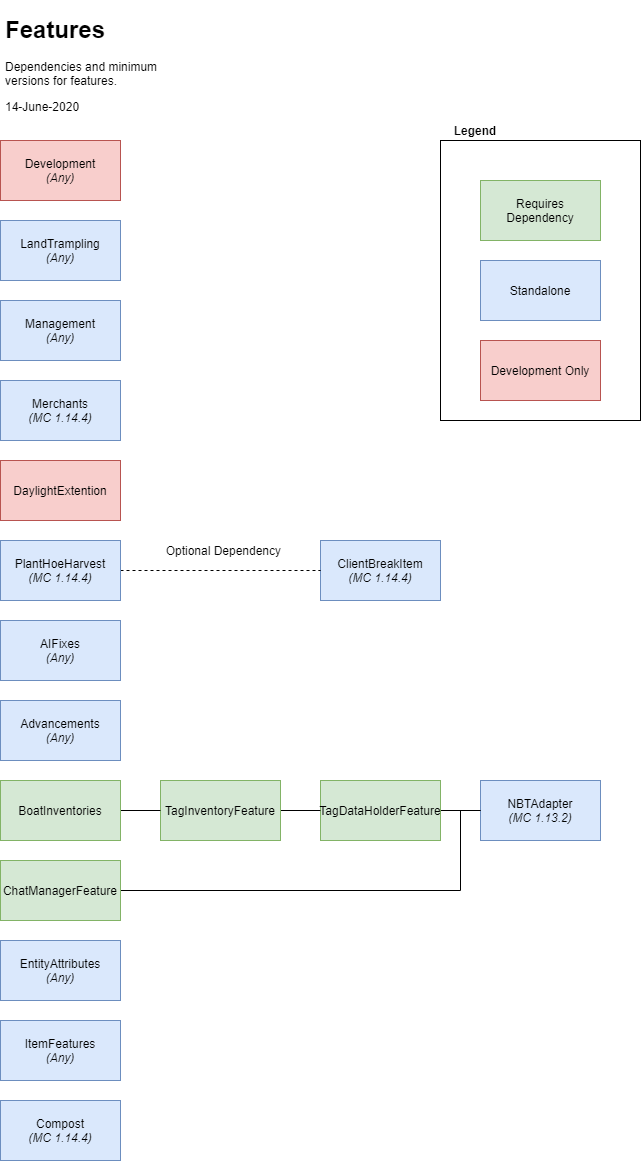
Before: plugin/doc/img/feature-dependencies.drawio.png, a diagram exported from draw.io (the-dwellers/Fyre). Source tidied: cells renumbered, new cells last; positions are measured from the earlier drawing's top-left corner, leaving out a move shared by most shapes.
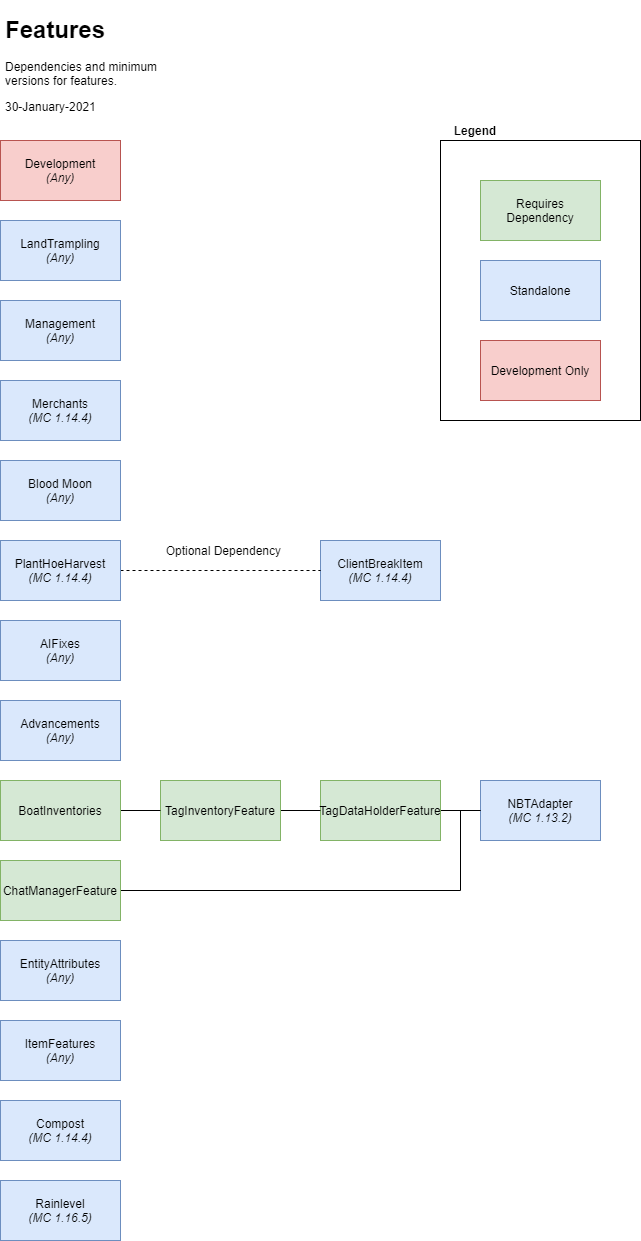
The same file after the commit.

Change to the diagram source:
```diff
@@ -46,7 +46,7 @@
     <mxCell id="14" value="ClientBreakItem&lt;br&gt;&lt;i&gt;(MC 1.14.4)&lt;/i&gt;" style="rounded=0;whiteSpace=wrap;html=1;fillColor=#dae8fc;strokeColor=#6c8ebf;" parent="1" vertex="1">
       <mxGeometry x="320" y="530" width="120" height="60" as="geometry" />
     </mxCell>
-    <mxCell id="15" value="DaylightExtention" style="rounded=0;whiteSpace=wrap;html=1;fillColor=#f8cecc;strokeColor=#b85450;" parent="1" vertex="1">
+    <mxCell id="15" value="Blood Moon&lt;br&gt;&lt;i&gt;(Any)&lt;/i&gt;" style="rounded=0;whiteSpace=wrap;html=1;fillColor=#dae8fc;strokeColor=#6c8ebf;" parent="1" vertex="1">
       <mxGeometry y="450" width="120" height="60" as="geometry" />
     </mxCell>
     <mxCell id="16" value="EntityAttributes&lt;br&gt;&lt;i&gt;(Any)&lt;/i&gt;" style="rounded=0;whiteSpace=wrap;html=1;fillColor=#dae8fc;strokeColor=#6c8ebf;" parent="1" vertex="1">
@@ -76,7 +76,7 @@
     <mxCell id="24" value="Optional Dependency&amp;nbsp;" style="text;html=1;strokeColor=none;fillColor=none;align=center;verticalAlign=middle;whiteSpace=wrap;rounded=0;" parent="1" vertex="1">
       <mxGeometry x="160" y="530" width="130" height="20" as="geometry" />
     </mxCell>
-    <mxCell id="25" value="&lt;h1&gt;Features&lt;/h1&gt;&lt;p&gt;Dependencies and minimum versions for features.&lt;/p&gt;&lt;p&gt;&lt;span&gt;14-June-2020&lt;/span&gt;&lt;/p&gt;" style="text;html=1;strokeColor=none;fillColor=none;spacing=5;spacingTop=-20;whiteSpace=wrap;overflow=hidden;rounded=0;" parent="1" vertex="1">
+    <mxCell id="25" value="&lt;h1&gt;Features&lt;/h1&gt;&lt;p&gt;Dependencies and minimum versions for features.&lt;/p&gt;&lt;p&gt;30-January-2021&lt;/p&gt;" style="text;html=1;strokeColor=none;fillColor=none;spacing=5;spacingTop=-20;whiteSpace=wrap;overflow=hidden;rounded=0;" parent="1" vertex="1">
       <mxGeometry width="190" height="120" as="geometry" />
     </mxCell>
     <mxCell id="26" style="group;" parent="1" vertex="1">
@@ -97,5 +97,8 @@
     <mxCell id="31" value="Legend" style="text;html=1;strokeColor=none;fillColor=none;align=center;verticalAlign=middle;whiteSpace=wrap;rounded=0;fontStyle=1;" parent="26" vertex="1">
       <mxGeometry width="70" height="20" as="geometry" />
     </mxCell>
+    <mxCell id="32" value="Rainlevel&lt;br&gt;&lt;i&gt;(MC 1.16.5)&lt;/i&gt;" style="rounded=0;whiteSpace=wrap;html=1;fillColor=#dae8fc;strokeColor=#6c8ebf;" parent="1" vertex="1">
+      <mxGeometry y="1170" width="120" height="60" as="geometry" />
+    </mxCell>
   </root>
 </mxGraphModel>
```
